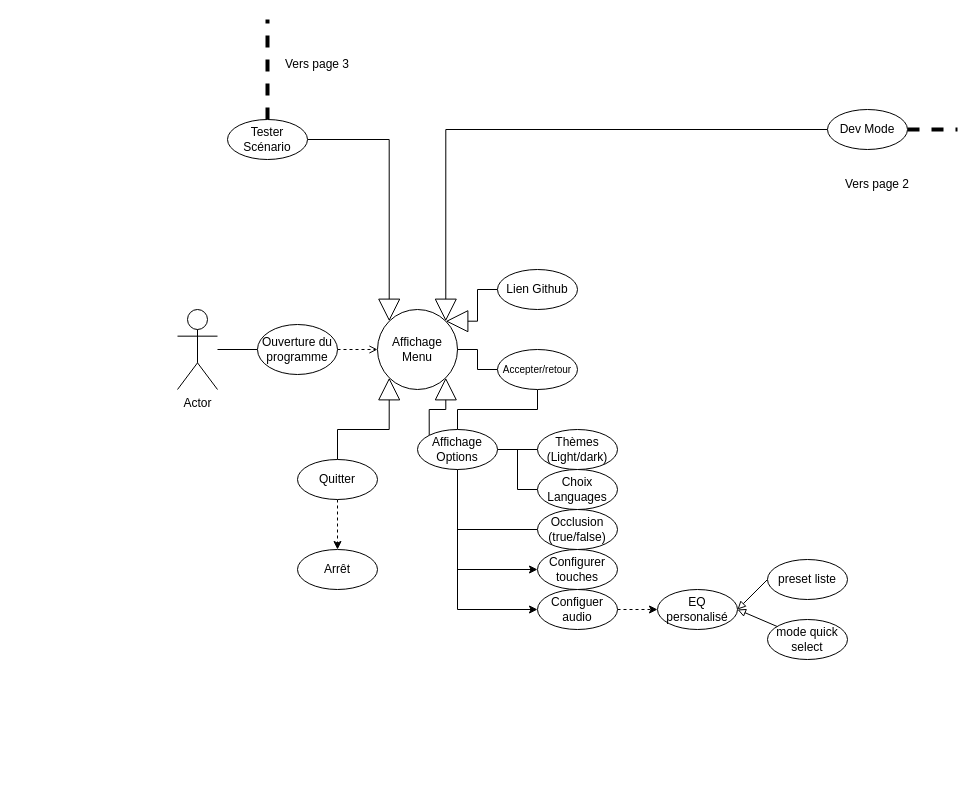
Above: doc/UML/draw_format/UML_menu.drawio in Cemecla/Acoustic-Tracing (draw.io), before the change. Source tidied: cells renumbered, new cells numbered last; positions are measured from the earlier drawing's top-left corner, leaving out a move shared by most shapes. Both pictures are drawn from the tidied source at 100%, with x=0, y=0 at pixel (177, 19).
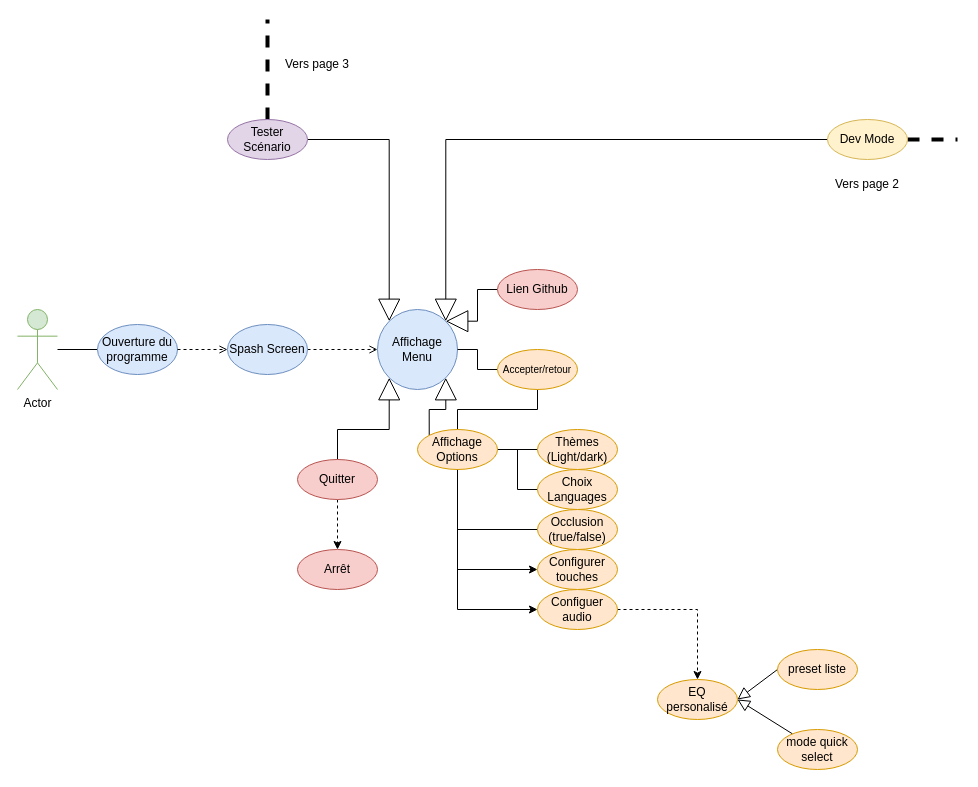
The same diagram, later.

Commit message (it also covers changes not shown here):
Update UML, Conception and rename project documents

Change to the diagram source:
```diff
@@
-    <mxCell id="2" value="Actor" style="shape=umlActor;verticalLabelPosition=bottom;verticalAlign=top;html=1;outlineConnect=0;" parent="1" vertex="1">
-      <mxGeometry y="290" width="40" height="80" as="geometry" />
+    <mxCell id="2" value="Actor" style="shape=umlActor;verticalLabelPosition=bottom;verticalAlign=top;html=1;outlineConnect=0;fillColor=#d5e8d4;strokeColor=#82b366;" parent="1" vertex="1">
+      <mxGeometry x="-160" y="290" width="40" height="80" as="geometry" />
     </mxCell>
@@
-    <mxCell id="4" style="edgeStyle=orthogonalEdgeStyle;rounded=0;jettySize=auto;html=1;exitX=1;exitY=0.5;exitDx=0;exitDy=0;entryX=0;entryY=0.5;entryDx=0;entryDy=0;dashed=1;endArrow=open;endFill=0;" parent="1" edge="1" source="5" target="6">
+    <mxCell id="4" style="edgeStyle=orthogonalEdgeStyle;rounded=0;jettySize=auto;html=1;exitX=1;exitY=0.5;exitDx=0;exitDy=0;entryX=0;entryY=0.5;entryDx=0;entryDy=0;dashed=1;endArrow=open;endFill=0;" parent="1" edge="1" source="44" target="6">
       <mxGeometry relative="1" as="geometry" />
     </mxCell>
-    <mxCell id="5" value="Ouverture du programme" style="ellipse;whiteSpace=wrap;html=1;" parent="1" vertex="1">
-      <mxGeometry x="80" y="305" width="80" height="50" as="geometry" />
+    <mxCell id="5" value="Ouverture du programme" style="ellipse;whiteSpace=wrap;html=1;fillColor=#dae8fc;strokeColor=#6c8ebf;" parent="1" vertex="1">
+      <mxGeometry x="-80" y="305" width="80" height="50" as="geometry" />
     </mxCell>
-    <mxCell id="6" value="Affichage Menu" style="ellipse;whiteSpace=wrap;html=1;" parent="1" vertex="1">
+    <mxCell id="6" value="Affichage Menu" style="ellipse;whiteSpace=wrap;html=1;fillColor=#dae8fc;strokeColor=#6c8ebf;" parent="1" vertex="1">
       <mxGeometry x="200" y="290" width="80" height="80" as="geometry" />
     </mxCell>
@@
-    <mxCell id="9" value="Quitter" style="ellipse;whiteSpace=wrap;html=1;" parent="1" vertex="1">
+    <mxCell id="9" value="Quitter" style="ellipse;whiteSpace=wrap;html=1;fillColor=#f8cecc;strokeColor=#b85450;" parent="1" vertex="1">
       <mxGeometry x="120" y="440" width="80" height="40" as="geometry" />
     </mxCell>
@@
     <mxCell id="11" style="edgeStyle=orthogonalEdgeStyle;rounded=0;jettySize=auto;html=1;strokeWidth=4;dashed=1;endArrow=none;startFill=0;" parent="1" edge="1" source="12">
       <mxGeometry relative="1" as="geometry">
-        <mxPoint x="780" y="110" as="targetPoint" />
+        <mxPoint x="780" y="120" as="targetPoint" />
       </mxGeometry>
     </mxCell>
-    <mxCell id="12" value="Dev Mode" style="ellipse;whiteSpace=wrap;html=1;" parent="1" vertex="1">
-      <mxGeometry x="650" y="90" width="80" height="40" as="geometry" />
+    <mxCell id="12" value="Dev Mode" style="ellipse;whiteSpace=wrap;html=1;fillColor=#fff2cc;strokeColor=#d6b656;" parent="1" vertex="1">
+      <mxGeometry x="650" y="100" width="80" height="40" as="geometry" />
     </mxCell>
@@
-    <mxCell id="20" value="Affichage Options" style="ellipse;whiteSpace=wrap;html=1;" parent="1" vertex="1">
+    <mxCell id="20" value="Affichage Options" style="ellipse;whiteSpace=wrap;html=1;fillColor=#ffe6cc;strokeColor=#d79b00;" parent="1" vertex="1">
       <mxGeometry x="240" y="410" width="80" height="40" as="geometry" />
     </mxCell>
-    <mxCell id="21" value="Choix Languages" style="ellipse;whiteSpace=wrap;html=1;" parent="1" vertex="1">
+    <mxCell id="21" value="Choix Languages" style="ellipse;whiteSpace=wrap;html=1;fillColor=#ffe6cc;strokeColor=#d79b00;" parent="1" vertex="1">
       <mxGeometry x="360" y="450" width="80" height="40" as="geometry" />
     </mxCell>
-    <mxCell id="22" value="Arrêt" style="ellipse;whiteSpace=wrap;html=1;" parent="1" vertex="1">
+    <mxCell id="22" value="Arrêt" style="ellipse;whiteSpace=wrap;html=1;fillColor=#f8cecc;strokeColor=#b85450;" parent="1" vertex="1">
       <mxGeometry x="120" y="530" width="80" height="40" as="geometry" />
     </mxCell>
@@
-    <mxCell id="25" value="Accepter/retour" style="ellipse;whiteSpace=wrap;html=1;fontSize=10;" parent="1" vertex="1">
+    <mxCell id="25" value="Accepter/retour" style="ellipse;whiteSpace=wrap;html=1;fontSize=10;fillColor=#ffe6cc;strokeColor=#d79b00;" parent="1" vertex="1">
       <mxGeometry x="320" y="330" width="80" height="40" as="geometry" />
     </mxCell>
-    <mxCell id="26" value="Occlusion (true/false)" style="ellipse;whiteSpace=wrap;html=1;" parent="1" vertex="1">
+    <mxCell id="26" value="Occlusion (true/false)" style="ellipse;whiteSpace=wrap;html=1;fillColor=#ffe6cc;strokeColor=#d79b00;" parent="1" vertex="1">
       <mxGeometry x="360" y="490" width="80" height="40" as="geometry" />
     </mxCell>
@@
-    <mxCell id="28" value="Lien Github" style="ellipse;whiteSpace=wrap;html=1;" parent="1" vertex="1">
+    <mxCell id="28" value="Lien Github" style="ellipse;whiteSpace=wrap;html=1;fillColor=#f8cecc;strokeColor=#b85450;" parent="1" vertex="1">
       <mxGeometry x="320" y="250" width="80" height="40" as="geometry" />
     </mxCell>
-    <mxCell id="29" value="Thèmes (Light/dark)" style="ellipse;whiteSpace=wrap;html=1;" parent="1" vertex="1">
+    <mxCell id="29" value="Thèmes (Light/dark)" style="ellipse;whiteSpace=wrap;html=1;fillColor=#ffe6cc;strokeColor=#d79b00;" parent="1" vertex="1">
       <mxGeometry x="360" y="410" width="80" height="40" as="geometry" />
     </mxCell>
-    <mxCell id="30" value="Configurer touches" style="ellipse;whiteSpace=wrap;html=1;" parent="1" vertex="1">
+    <mxCell id="30" value="Configurer touches" style="ellipse;whiteSpace=wrap;html=1;fillColor=#ffe6cc;strokeColor=#d79b00;" parent="1" vertex="1">
       <mxGeometry x="360" y="530" width="80" height="40" as="geometry" />
     </mxCell>
@@
-    <mxCell id="32" value="Configuer&lt;br&gt;audio" style="ellipse;whiteSpace=wrap;html=1;" parent="1" vertex="1">
+    <mxCell id="32" value="Configuer&lt;br&gt;audio" style="ellipse;whiteSpace=wrap;html=1;fillColor=#ffe6cc;strokeColor=#d79b00;" parent="1" vertex="1">
       <mxGeometry x="360" y="570" width="80" height="40" as="geometry" />
     </mxCell>
-    <mxCell id="33" value="EQ personalisé" style="ellipse;whiteSpace=wrap;html=1;" parent="1" vertex="1">
-      <mxGeometry x="480" y="570" width="80" height="40" as="geometry" />
+    <mxCell id="33" value="EQ personalisé" style="ellipse;whiteSpace=wrap;html=1;fillColor=#ffe6cc;strokeColor=#d79b00;" parent="1" vertex="1">
+      <mxGeometry x="480" y="660" width="80" height="40" as="geometry" />
     </mxCell>
-    <mxCell id="34" style="rounded=0;jettySize=auto;html=1;entryX=1;entryY=0.5;entryDx=0;entryDy=0;endArrow=block;endFill=0;" parent="1" edge="1" source="35" target="33">
+    <mxCell id="34" style="rounded=0;jettySize=auto;html=1;entryX=1;entryY=0.5;entryDx=0;entryDy=0;endArrow=block;endFill=0;endSize=10;" parent="1" edge="1" source="35" target="33">
       <mxGeometry relative="1" as="geometry" />
     </mxCell>
-    <mxCell id="35" value="mode quick select" style="ellipse;whiteSpace=wrap;html=1;" parent="1" vertex="1">
-      <mxGeometry x="590" y="600" width="80" height="40" as="geometry" />
+    <mxCell id="35" value="mode quick select" style="ellipse;whiteSpace=wrap;html=1;fillColor=#ffe6cc;strokeColor=#d79b00;" parent="1" vertex="1">
+      <mxGeometry x="600" y="710" width="80" height="40" as="geometry" />
     </mxCell>
-    <mxCell id="36" style="rounded=0;jettySize=auto;html=1;entryX=1;entryY=0.5;entryDx=0;entryDy=0;exitX=0;exitY=0.5;exitDx=0;exitDy=0;endArrow=block;endFill=0;" parent="1" edge="1" source="37" target="33">
+    <mxCell id="36" style="rounded=0;jettySize=auto;html=1;entryX=1;entryY=0.5;entryDx=0;entryDy=0;exitX=0;exitY=0.5;exitDx=0;exitDy=0;endArrow=block;endFill=0;endSize=10;" parent="1" edge="1" source="37" target="33">
       <mxGeometry relative="1" as="geometry" />
     </mxCell>
-    <mxCell id="37" value="preset liste" style="ellipse;whiteSpace=wrap;html=1;" parent="1" vertex="1">
-      <mxGeometry x="590" y="540" width="80" height="40" as="geometry" />
+    <mxCell id="37" value="preset liste" style="ellipse;whiteSpace=wrap;html=1;fillColor=#ffe6cc;strokeColor=#d79b00;" parent="1" vertex="1">
+      <mxGeometry x="600" y="630" width="80" height="40" as="geometry" />
     </mxCell>
@@
-    <mxCell id="40" value="Tester Scénario" style="ellipse;whiteSpace=wrap;html=1;" parent="1" vertex="1">
+    <mxCell id="40" value="Tester Scénario" style="ellipse;whiteSpace=wrap;html=1;fillColor=#e1d5e7;strokeColor=#9673a6;" parent="1" vertex="1">
       <mxGeometry x="50" y="100" width="80" height="40" as="geometry" />
     </mxCell>
     <mxCell id="41" value="Vers page 2" style="text;html=1;align=center;verticalAlign=middle;whiteSpace=wrap;rounded=0;" parent="1" vertex="1">
-      <mxGeometry x="660" y="150" width="80" height="30" as="geometry" />
+      <mxGeometry x="650" y="150" width="80" height="30" as="geometry" />
     </mxCell>
@@
+    <mxCell id="43" style="edgeStyle=orthogonalEdgeStyle;rounded=0;jettySize=auto;html=1;exitX=1;exitY=0.5;exitDx=0;exitDy=0;entryX=0;entryY=0.5;entryDx=0;entryDy=0;dashed=1;endArrow=open;endFill=0;" parent="1" edge="1" source="5" target="44">
+      <mxGeometry relative="1" as="geometry" />
+    </mxCell>
+    <mxCell id="44" value="Spash Screen" style="ellipse;whiteSpace=wrap;html=1;fillColor=#dae8fc;strokeColor=#6c8ebf;" parent="1" vertex="1">
+      <mxGeometry x="50" y="305" width="80" height="50" as="geometry" />
+    </mxCell>
```
